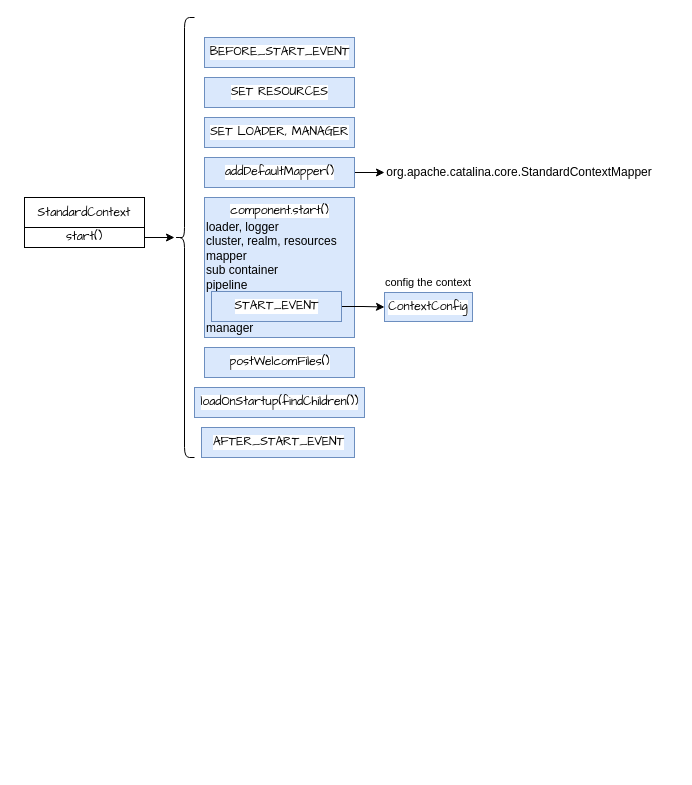
Before: tomcat-4/StandardContext.drawio in ordinarylq/personal-drawer, a draw.io diagram. Source tidied: cells renumbered, new cells numbered last; positions are measured from the earlier drawing's top-left corner, leaving out a move shared by most shapes. Both pictures are drawn from the tidied source at 100%, with x=0, y=0 at pixel (24, 17).
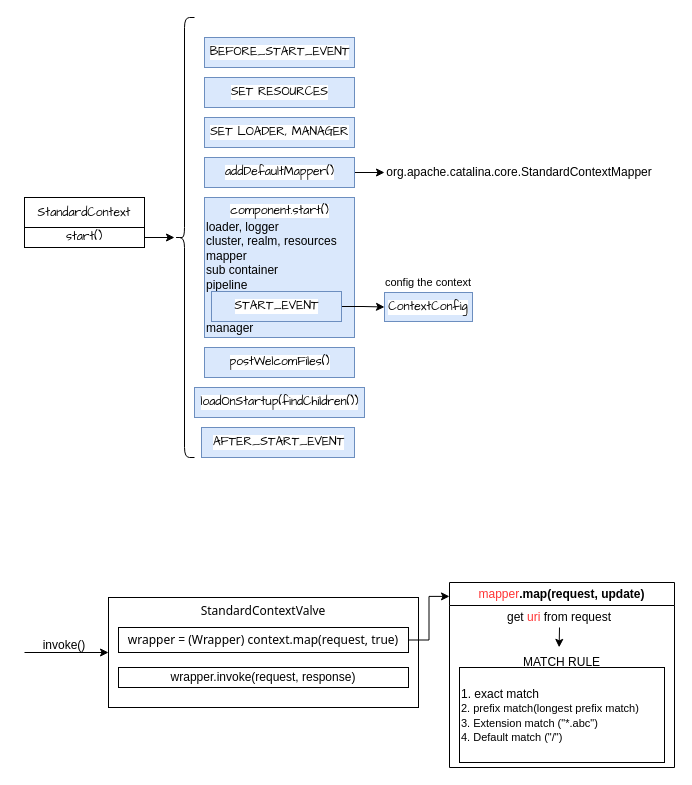
After the change.

Change to the diagram source:
```diff
@@
+    <mxCell id="21" value="invoke()" style="text;html=1;strokeColor=none;fillColor=none;align=center;verticalAlign=middle;whiteSpace=wrap;rounded=0;" parent="1" vertex="1">
+      <mxGeometry x="10" y="620" width="60" height="15" as="geometry" />
+    </mxCell>
+    <mxCell id="22" style="group;" parent="1" vertex="1">
+      <mxGeometry x="84" y="580" width="310" height="110" as="geometry" />
+    </mxCell>
+    <mxCell id="23" value="&lt;font face=&quot;Tahoma&quot;&gt;StandardContextValve&lt;/font&gt;" style="rounded=0;whiteSpace=wrap;html=1;verticalAlign=top;" parent="22" vertex="1">
+      <mxGeometry width="310" height="110" as="geometry" />
+    </mxCell>
+    <mxCell id="24" value="&lt;font face=&quot;Tahoma&quot;&gt;wrapper = (Wrapper) context.map(request, true)&lt;/font&gt;" style="rounded=0;whiteSpace=wrap;html=1;" parent="22" vertex="1">
+      <mxGeometry x="10" y="30" width="290" height="25" as="geometry" />
+    </mxCell>
+    <mxCell id="25" value="wrapper.invoke(request, response)" style="rounded=0;whiteSpace=wrap;html=1;" parent="22" vertex="1">
+      <mxGeometry x="10" y="70" width="290" height="20" as="geometry" />
+    </mxCell>
+    <mxCell id="26" style="endArrow=classic;html=1;rounded=0;entryX=0;entryY=0.5;entryDx=0;entryDy=0;" parent="1" edge="1" target="23">
+      <mxGeometry relative="1" as="geometry">
+        <mxPoint y="635" as="sourcePoint" />
+      </mxGeometry>
+    </mxCell>
+    <mxCell id="27" value="&lt;font style=&quot;border-color: var(--border-color); font-weight: 400;&quot; color=&quot;#ff3333&quot;&gt;mapper&lt;/font&gt;.map(request, update)" style="swimlane;whiteSpace=wrap;html=1;" parent="1" vertex="1">
+      <mxGeometry x="425" y="565" width="225" height="185" as="geometry" />
+    </mxCell>
+    <mxCell id="28" style="edgeStyle=orthogonalEdgeStyle;rounded=0;jettySize=auto;html=1;exitX=0.5;exitY=1;exitDx=0;exitDy=0;entryX=0.47;entryY=-0.005;entryDx=0;entryDy=0;entryPerimeter=0;" parent="27" edge="1" source="29" target="32">
+      <mxGeometry relative="1" as="geometry" />
+    </mxCell>
+    <mxCell id="29" value="get&amp;nbsp;&lt;font style=&quot;border-color: var(--border-color);&quot; color=&quot;#ff3333&quot;&gt;uri&lt;/font&gt;&amp;nbsp;from request" style="text;html=1;strokeColor=none;fillColor=none;align=center;verticalAlign=middle;whiteSpace=wrap;rounded=0;" parent="27" vertex="1">
+      <mxGeometry x="35" y="25" width="150" height="20" as="geometry" />
+    </mxCell>
+    <mxCell id="30" style="group;" parent="27" vertex="1">
+      <mxGeometry x="10" y="65" width="205" height="115" as="geometry" />
+    </mxCell>
+    <mxCell id="31" value="1. exact match&lt;br style=&quot;border-color: var(--border-color); font-size: 11px;&quot;&gt;&lt;span style=&quot;font-size: 11px;&quot;&gt;2. prefix match(longest prefix match)&lt;br&gt;3. Extension match (&quot;*.abc&quot;)&lt;br&gt;4. Default match (&quot;/&quot;)&lt;br&gt;&lt;/span&gt;" style="rounded=0;whiteSpace=wrap;html=1;align=left;" parent="30" vertex="1">
+      <mxGeometry y="20" width="205" height="95" as="geometry" />
+    </mxCell>
+    <mxCell id="32" value="MATCH RULE" style="text;html=1;strokeColor=none;fillColor=none;align=center;verticalAlign=middle;whiteSpace=wrap;rounded=0;" parent="30" vertex="1">
+      <mxGeometry x="55" width="95" height="30" as="geometry" />
+    </mxCell>
+    <mxCell id="33" style="edgeStyle=orthogonalEdgeStyle;rounded=0;jettySize=auto;html=1;exitX=1;exitY=0.5;exitDx=0;exitDy=0;entryX=0;entryY=0.075;entryDx=0;entryDy=0;entryPerimeter=0;" parent="1" edge="1" source="24" target="27">
+      <mxGeometry relative="1" as="geometry" />
+    </mxCell>
```
